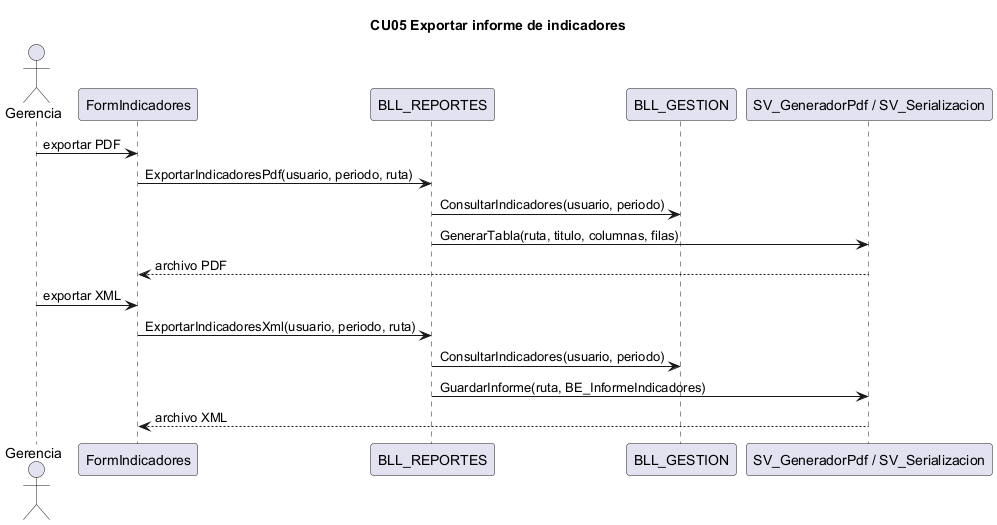
Earlier version of the PlantUML export docs/diagramas/secuencias_png/CU05.png (L-Muniz/uai-diploma_2026). Its diagram source:
```plantuml
@startuml CU05
title CU05 Exportar informe de indicadores
actor Gerencia
participant "FormIndicadores" as IU
participant "BLL_REPORTES" as BLL
participant "BLL_GESTION" as GES
participant "SV_GeneradorPdf / SV_Serializacion" as SV
Gerencia -> IU : exportar PDF
IU -> BLL : ExportarIndicadoresPdf(usuario, periodo, ruta)
BLL -> GES : ConsultarIndicadores(usuario, periodo)
BLL -> SV : GenerarTabla(ruta, titulo, columnas, filas)
SV --> IU : archivo PDF
Gerencia -> IU : exportar XML
IU -> BLL : ExportarIndicadoresXml(usuario, periodo, ruta)
BLL -> GES : ConsultarIndicadores(usuario, periodo)
BLL -> SV : GuardarInforme(ruta, BE_InformeIndicadores)
SV --> IU : archivo XML
@enduml
```
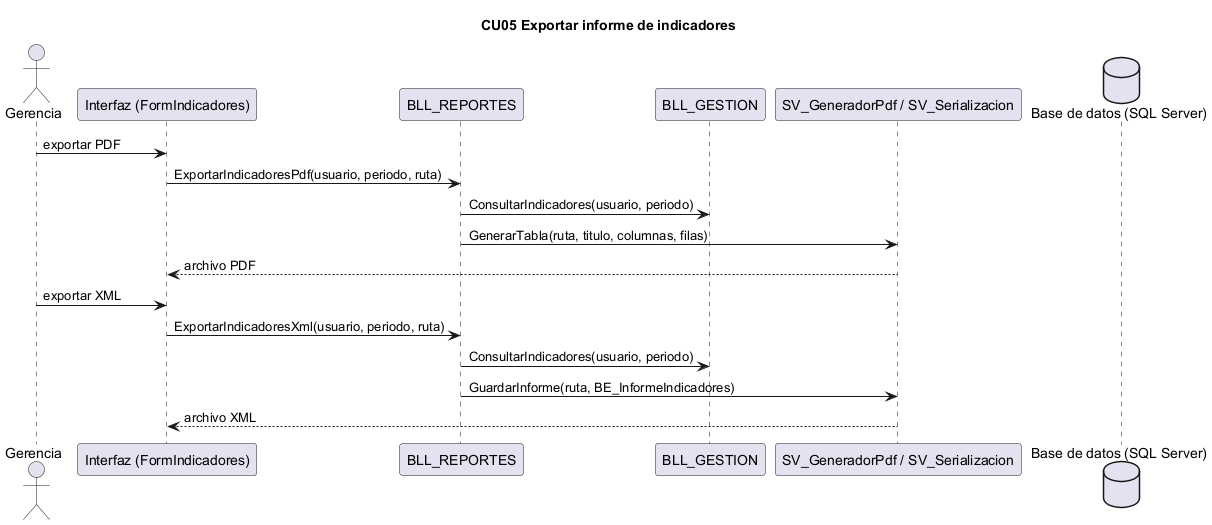
Above is the later version.

Diff of the diagram source:
```diff
@@ -1,10 +1,11 @@
 @startuml CU05
 title CU05 Exportar informe de indicadores
 actor Gerencia
-participant "FormIndicadores" as IU
+participant "Interfaz (FormIndicadores)" as IU
 participant "BLL_REPORTES" as BLL
 participant "BLL_GESTION" as GES
 participant "SV_GeneradorPdf / SV_Serializacion" as SV
+database "Base de datos (SQL Server)" as BD
 Gerencia -> IU : exportar PDF
 IU -> BLL : ExportarIndicadoresPdf(usuario, periodo, ruta)
 BLL -> GES : ConsultarIndicadores(usuario, periodo)
```
